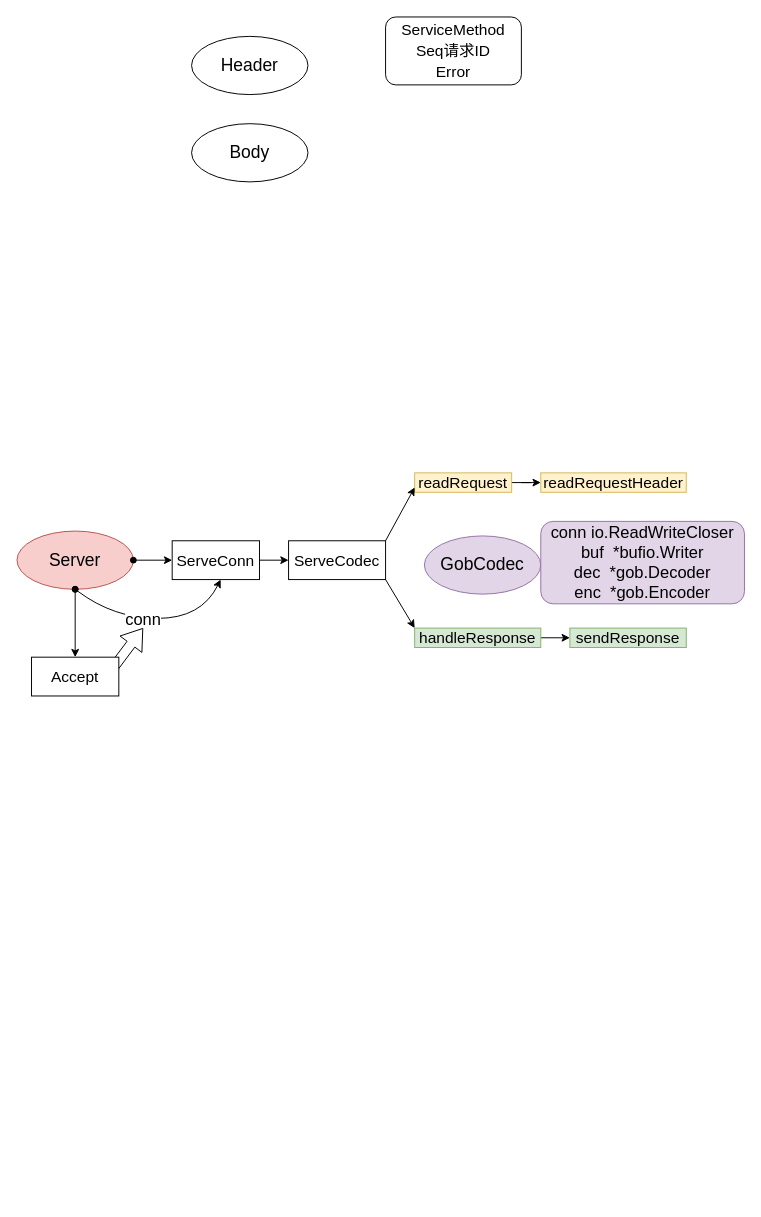
Earlier version of the draw.io diagram gee_RPC.drawio (TouyamaRie/My_pictures). Source tidied: cells renumbered, new cells numbered last; positions are measured from the earlier drawing's top-left corner, leaving out a move shared by most shapes. Both pictures are drawn from the tidied source at 97%, with x=0, y=0 at pixel (16, 16).
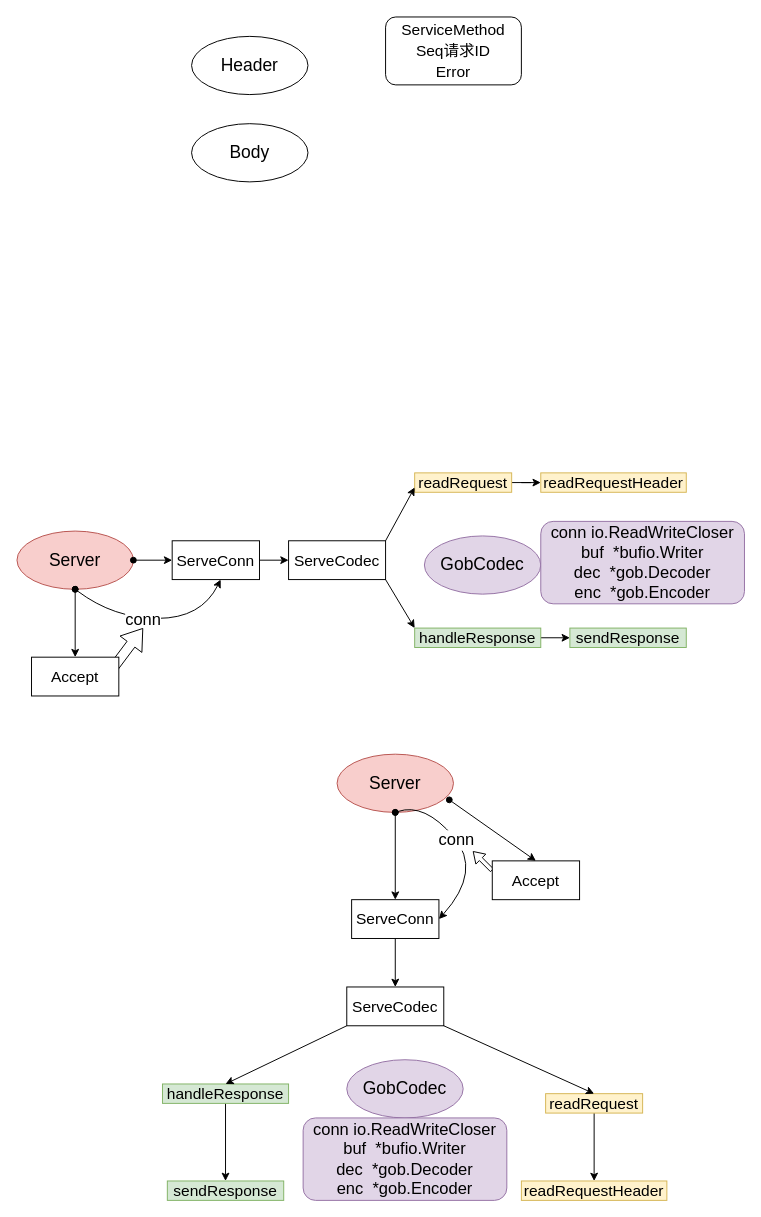
The same page after the edit.

Change to the diagram source:
```diff
@@
+    <mxCell id="25" value="&lt;font style=&quot;font-size: 18px;&quot;&gt;GobCodec&lt;br&gt;&lt;/font&gt;" style="ellipse;whiteSpace=wrap;html=1;fillColor=#e1d5e7;strokeColor=#9673a6;" parent="1" vertex="1">
+      <mxGeometry x="340" y="1075" width="120" height="60" as="geometry" />
+    </mxCell>
+    <mxCell id="26" value="&lt;div style=&quot;font-size: 17px;&quot;&gt; &lt;font style=&quot;font-size: 17px;&quot;&gt;conn io.ReadWriteCloser&lt;/font&gt;&lt;/div&gt;&lt;div style=&quot;font-size: 17px;&quot;&gt;&lt;font style=&quot;font-size: 17px;&quot;&gt;&lt;span style=&quot;&quot;&gt; &lt;/span&gt;buf&amp;nbsp; *bufio.Writer&lt;/font&gt;&lt;/div&gt;&lt;div style=&quot;font-size: 17px;&quot;&gt;&lt;font style=&quot;font-size: 17px;&quot;&gt;&lt;span style=&quot;&quot;&gt; &lt;/span&gt;dec&amp;nbsp; *gob.Decoder&lt;/font&gt;&lt;/div&gt;&lt;div style=&quot;font-size: 17px;&quot;&gt; &lt;font style=&quot;font-size: 17px;&quot;&gt;enc&amp;nbsp; *gob.Encoder&lt;/font&gt;&lt;/div&gt;" style="rounded=1;whiteSpace=wrap;html=1;fontSize=18;fillColor=#e1d5e7;strokeColor=#9673a6;" parent="1" vertex="1">
+      <mxGeometry x="295" y="1135" width="210" height="85" as="geometry" />
+    </mxCell>
+    <mxCell id="27" value="Server" style="ellipse;whiteSpace=wrap;html=1;fontSize=18;fillColor=#f8cecc;strokeColor=#b85450;" parent="1" vertex="1">
+      <mxGeometry x="330" y="760" width="120" height="60" as="geometry" />
+    </mxCell>
+    <mxCell id="28" style="endArrow=classic;html=1;rounded=0;fontSize=16;startArrow=oval;startFill=1;entryX=0.5;entryY=0;entryDx=0;entryDy=0;" parent="1" edge="1" target="30">
+      <mxGeometry relative="1" as="geometry">
+        <mxPoint x="390" y="820" as="sourcePoint" />
+      </mxGeometry>
+    </mxCell>
+    <mxCell id="29" style="edgeStyle=orthogonalEdgeStyle;rounded=0;jettySize=auto;html=1;exitX=0.5;exitY=1;exitDx=0;exitDy=0;entryX=0.5;entryY=0;entryDx=0;entryDy=0;fontSize=16;startArrow=none;startFill=0;" parent="1" edge="1" source="30" target="31">
+      <mxGeometry relative="1" as="geometry" />
+    </mxCell>
+    <mxCell id="30" value="ServeConn" style="whiteSpace=wrap;html=1;fontSize=16;" parent="1" vertex="1">
+      <mxGeometry x="345" y="910" width="90" height="40" as="geometry" />
+    </mxCell>
+    <mxCell id="31" value="ServeCodec" style="whiteSpace=wrap;html=1;fontSize=16;" parent="1" vertex="1">
+      <mxGeometry x="340" y="1000" width="100" height="40" as="geometry" />
+    </mxCell>
+    <mxCell id="32" style="edgeStyle=orthogonalEdgeStyle;rounded=0;jettySize=auto;html=1;exitX=0.5;exitY=1;exitDx=0;exitDy=0;fontSize=16;startArrow=none;startFill=0;" parent="1" edge="1" source="33" target="37">
+      <mxGeometry relative="1" as="geometry" />
+    </mxCell>
+    <mxCell id="33" value="readRequest" style="whiteSpace=wrap;html=1;fontSize=16;fillColor=#fff2cc;strokeColor=#d6b656;" parent="1" vertex="1">
+      <mxGeometry x="545" y="1110" width="100" height="20" as="geometry" />
+    </mxCell>
+    <mxCell id="34" value="sendResponse" style="whiteSpace=wrap;html=1;fontSize=16;fillColor=#d5e8d4;strokeColor=#82b366;" parent="1" vertex="1">
+      <mxGeometry x="155" y="1200" width="120" height="20" as="geometry" />
+    </mxCell>
+    <mxCell id="35" style="edgeStyle=orthogonalEdgeStyle;rounded=0;jettySize=auto;html=1;exitX=0.5;exitY=1;exitDx=0;exitDy=0;entryX=0.5;entryY=0;entryDx=0;entryDy=0;fontSize=16;startArrow=none;startFill=0;" parent="1" edge="1" source="36" target="34">
+      <mxGeometry relative="1" as="geometry" />
+    </mxCell>
+    <mxCell id="36" value="handleResponse" style="whiteSpace=wrap;html=1;fontSize=16;fillColor=#d5e8d4;strokeColor=#82b366;" parent="1" vertex="1">
+      <mxGeometry x="150" y="1100" width="130" height="20" as="geometry" />
+    </mxCell>
+    <mxCell id="37" value="readRequestHeader" style="whiteSpace=wrap;html=1;fontSize=16;fillColor=#fff2cc;strokeColor=#d6b656;" parent="1" vertex="1">
+      <mxGeometry x="520" y="1200" width="150" height="20" as="geometry" />
+    </mxCell>
+    <mxCell id="38" style="endArrow=classic;html=1;rounded=0;fontSize=17;entryX=0.5;entryY=0;entryDx=0;entryDy=0;exitX=1;exitY=1;exitDx=0;exitDy=0;" parent="1" edge="1" source="31" target="33">
+      <mxGeometry relative="1" as="geometry" />
+    </mxCell>
+    <mxCell id="39" style="endArrow=classic;html=1;rounded=0;fontSize=17;entryX=0.5;entryY=0;entryDx=0;entryDy=0;exitX=0;exitY=1;exitDx=0;exitDy=0;" parent="1" edge="1" source="31" target="36">
+      <mxGeometry relative="1" as="geometry" />
+    </mxCell>
+    <mxCell id="40" style="curved=1;endArrow=classic;html=1;rounded=0;fontSize=17;exitX=0.5;exitY=1;exitDx=0;exitDy=0;startArrow=oval;startFill=1;entryX=1;entryY=0.5;entryDx=0;entryDy=0;" parent="1" edge="1" source="27" target="30">
+      <mxGeometry relative="1" as="geometry">
+        <Array as="points">
+          <mxPoint x="420" y="810" />
+          <mxPoint x="480" y="880" />
+        </Array>
+      </mxGeometry>
+    </mxCell>
+    <mxCell id="41" value="conn" style="edgeLabel;html=1;align=center;verticalAlign=middle;fontSize=17;" parent="40" vertex="1">
+      <mxGeometry x="-0.14" y="-1" relative="1" as="geometry" />
+    </mxCell>
+    <mxCell id="42" style="endArrow=classic;html=1;rounded=0;fontSize=16;exitX=0.964;exitY=0.785;exitDx=0;exitDy=0;startArrow=oval;startFill=1;entryX=0.5;entryY=0;entryDx=0;entryDy=0;exitPerimeter=0;" parent="1" edge="1" source="27" target="44">
+      <mxGeometry relative="1" as="geometry" />
+    </mxCell>
+    <mxCell id="43" style="shape=flexArrow;endArrow=classic;html=1;rounded=0;fontSize=17;endWidth=9.252077562326871;endSize=3.3578947368421055;width=4.2105263157894735;" parent="1" edge="1">
+      <mxGeometry relative="1" as="geometry">
+        <mxPoint x="490" y="880" as="sourcePoint" />
+        <mxPoint x="470" y="860" as="targetPoint" />
+      </mxGeometry>
+    </mxCell>
+    <mxCell id="44" value="Accept" style="whiteSpace=wrap;html=1;fontSize=16;" parent="1" vertex="1">
+      <mxGeometry x="490" y="870" width="90" height="40" as="geometry" />
+    </mxCell>
```
